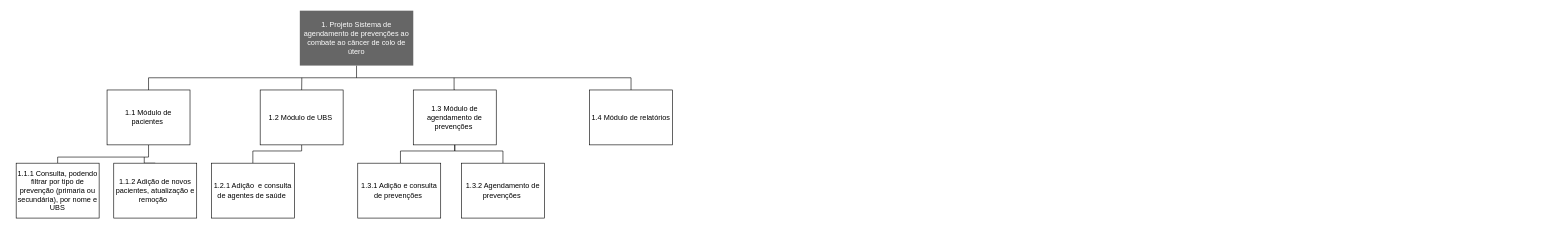
The draw.io diagram siscan-gestao-proj.drawio in viniciusbds/draw-io, before the edit. Source tidied: cells renumbered, new cells numbered last; positions are measured from the earlier drawing's top-left corner, leaving out a move shared by most shapes. Both pictures are drawn from the tidied source at 61%, with x=0, y=0 at pixel (16, 10).
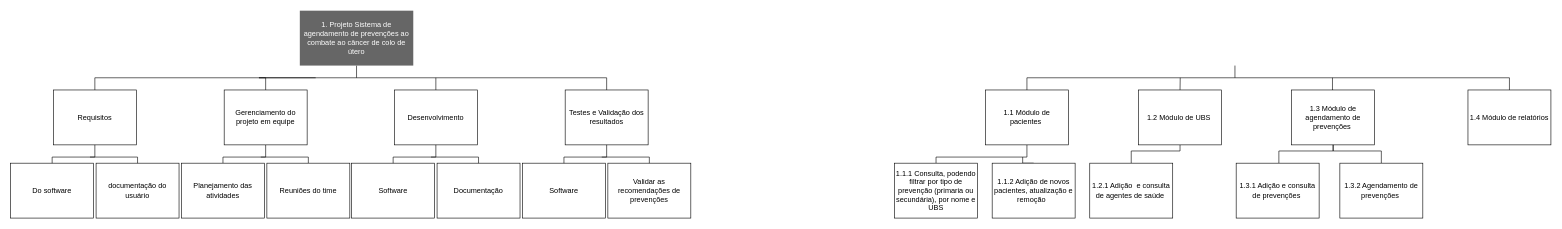
The same diagram, later.

Diff of the diagram source:
```diff
@@
     <mxCell id="4" style="edgeStyle=orthogonalEdgeStyle;rounded=0;jettySize=auto;html=1;exitX=0.5;exitY=1;exitDx=0;exitDy=0;entryX=0.5;entryY=0;entryDx=0;entryDy=0;endArrow=none;endFill=0;" parent="1" edge="1" source="5" target="14">
       <mxGeometry relative="1" as="geometry">
         <Array as="points">
-          <mxPoint x="217" y="240" />
-          <mxPoint x="68" y="240" />
+          <mxPoint x="409" y="240" />
+          <mxPoint x="339" y="240" />
         </Array>
       </mxGeometry>
     </mxCell>
-    <mxCell id="5" value="1.1 Módulo de pacientes&amp;nbsp;" style="rounded=0;whiteSpace=wrap;html=1;" parent="1" vertex="1">
-      <mxGeometry x="149" y="130" width="136" height="90" as="geometry" />
+    <mxCell id="5" value="Gerenciamento do projeto em equipe" style="rounded=0;whiteSpace=wrap;html=1;" parent="1" vertex="1">
+      <mxGeometry x="341" y="130" width="136" height="90" as="geometry" />
     </mxCell>
-    <mxCell id="6" style="edgeStyle=orthogonalEdgeStyle;rounded=0;jettySize=auto;html=1;exitX=0.5;exitY=0;exitDx=0;exitDy=0;entryX=0.5;entryY=1;entryDx=0;entryDy=0;endArrow=none;endFill=0;" parent="1" edge="1" source="7" target="9">
-      <mxGeometry relative="1" as="geometry" />
-    </mxCell>
-    <mxCell id="7" value="1.2.1 Adição&amp;nbsp; e consulta de agentes de saúde&amp;nbsp;" style="rounded=0;whiteSpace=wrap;html=1;" parent="1" vertex="1">
-      <mxGeometry x="320" y="250" width="136" height="90" as="geometry" />
+    <mxCell id="7" value="Do software" style="rounded=0;whiteSpace=wrap;html=1;" parent="1" vertex="1">
+      <mxGeometry x="-9" y="250" width="136" height="90" as="geometry" />
     </mxCell>
     <mxCell id="8" style="edgeStyle=orthogonalEdgeStyle;rounded=0;jettySize=auto;html=1;exitX=0.5;exitY=0;exitDx=0;exitDy=0;endArrow=none;endFill=0;" parent="1" edge="1" source="9">
       <mxGeometry relative="1" as="geometry">
-        <mxPoint x="468.3" y="110" as="targetPoint" />
+        <mxPoint x="491" y="110" as="targetPoint" />
+        <Array as="points">
+          <mxPoint x="129" y="110" />
+        </Array>
       </mxGeometry>
     </mxCell>
-    <mxCell id="9" value="1.2 Módulo de UBS&amp;nbsp;" style="rounded=0;whiteSpace=wrap;html=1;" parent="1" vertex="1">
-      <mxGeometry x="400" y="130" width="136" height="90" as="geometry" />
+    <mxCell id="9" value="Requisitos" style="rounded=0;whiteSpace=wrap;html=1;" parent="1" vertex="1">
+      <mxGeometry x="61" y="130" width="136" height="90" as="geometry" />
     </mxCell>
     <mxCell id="10" style="edgeStyle=orthogonalEdgeStyle;rounded=0;jettySize=auto;html=1;exitX=0.5;exitY=0;exitDx=0;exitDy=0;endArrow=none;endFill=0;" parent="1" edge="1" source="11">
       <mxGeometry relative="1" as="geometry">
-        <mxPoint x="717.9" y="110" as="targetPoint" />
+        <mxPoint x="688" y="110" as="targetPoint" />
+        <Array as="points">
+          <mxPoint x="688" y="110" />
+        </Array>
       </mxGeometry>
     </mxCell>
-    <mxCell id="11" value="1.3 Módulo de agendamento de prevenções&amp;nbsp;" style="rounded=0;whiteSpace=wrap;html=1;" parent="1" vertex="1">
-      <mxGeometry x="651" y="130" width="136" height="90" as="geometry" />
+    <mxCell id="11" value="Desenvolvimento" style="rounded=0;whiteSpace=wrap;html=1;" parent="1" vertex="1">
+      <mxGeometry x="620" y="130" width="136" height="90" as="geometry" />
     </mxCell>
-    <mxCell id="12" value="1.4 Módulo de relatórios" style="rounded=0;whiteSpace=wrap;html=1;" parent="1" vertex="1">
-      <mxGeometry x="940" y="130" width="136" height="90" as="geometry" />
+    <mxCell id="12" value="Testes e Validação dos resultados" style="rounded=0;whiteSpace=wrap;html=1;" parent="1" vertex="1">
+      <mxGeometry x="900" y="130" width="136" height="90" as="geometry" />
     </mxCell>
     <mxCell id="13" style="edgeStyle=orthogonalEdgeStyle;rounded=0;jettySize=auto;html=1;endArrow=none;endFill=0;exitX=0.5;exitY=0;exitDx=0;exitDy=0;entryX=0.5;entryY=0;entryDx=0;entryDy=0;" parent="1" edge="1" source="5" target="12">
       <mxGeometry relative="1" as="geometry">
         <Array as="points">
-          <mxPoint x="217" y="110" />
+          <mxPoint x="398" y="110" />
           <mxPoint x="1008" y="110" />
         </Array>
       </mxGeometry>
     </mxCell>
-    <mxCell id="14" value="1.1.1 Consulta, podendo filtrar por tipo de prevenção (primaria ou secundária), por nome e UBS" style="rounded=0;whiteSpace=wrap;html=1;" parent="1" vertex="1">
-      <mxGeometry y="250" width="136" height="90" as="geometry" />
+    <mxCell id="14" value="Planejamento das atividades" style="rounded=0;whiteSpace=wrap;html=1;" parent="1" vertex="1">
+      <mxGeometry x="271" y="250" width="136" height="90" as="geometry" />
     </mxCell>
     <mxCell id="15" style="edgeStyle=orthogonalEdgeStyle;rounded=0;jettySize=auto;html=1;exitX=0.5;exitY=0;exitDx=0;exitDy=0;endArrow=none;endFill=0;" parent="1" edge="1" source="16">
       <mxGeometry relative="1" as="geometry">
-        <mxPoint x="210" y="240" as="targetPoint" />
+        <mxPoint x="401" y="240" as="targetPoint" />
+        <Array as="points">
+          <mxPoint x="479" y="240" />
+        </Array>
       </mxGeometry>
     </mxCell>
-    <mxCell id="16" value="1.1.2 Adição de novos pacientes, atualização e remoção&amp;nbsp;&amp;nbsp;" style="rounded=0;whiteSpace=wrap;html=1;" parent="1" vertex="1">
-      <mxGeometry x="160" y="250" width="136" height="90" as="geometry" />
+    <mxCell id="16" value="Reuniões do time" style="rounded=0;whiteSpace=wrap;html=1;" parent="1" vertex="1">
+      <mxGeometry x="411" y="250" width="136" height="90" as="geometry" />
     </mxCell>
-    <mxCell id="17" style="edgeStyle=orthogonalEdgeStyle;rounded=0;jettySize=auto;html=1;entryX=0.5;entryY=1;entryDx=0;entryDy=0;endArrow=none;endFill=0;" parent="1" edge="1" source="18" target="11">
-      <mxGeometry relative="1" as="geometry">
-        <Array as="points">
-          <mxPoint x="630" y="230" />
-          <mxPoint x="719" y="230" />
-        </Array>
-      </mxGeometry>
-    </mxCell>
-    <mxCell id="18" value="1.3.1 Adição e consulta de prevenções&amp;nbsp;" style="rounded=0;whiteSpace=wrap;html=1;" parent="1" vertex="1">
-      <mxGeometry x="560" y="250" width="136" height="90" as="geometry" />
+    <mxCell id="18" value="Software" style="rounded=0;whiteSpace=wrap;html=1;" parent="1" vertex="1">
+      <mxGeometry x="550" y="250" width="136" height="90" as="geometry" />
     </mxCell>
-    <mxCell id="19" style="edgeStyle=orthogonalEdgeStyle;rounded=0;jettySize=auto;html=1;exitX=0.5;exitY=0;exitDx=0;exitDy=0;entryX=0.5;entryY=1;entryDx=0;entryDy=0;endArrow=none;endFill=0;" parent="1" edge="1" source="20" target="11">
-      <mxGeometry relative="1" as="geometry" />
-    </mxCell>
-    <mxCell id="20" value="1.3.2 Agendamento de prevenções&amp;nbsp;" style="rounded=0;whiteSpace=wrap;html=1;" parent="1" vertex="1">
-      <mxGeometry x="730" y="250" width="136" height="90" as="geometry" />
+    <mxCell id="20" value="Documentação" style="rounded=0;whiteSpace=wrap;html=1;" parent="1" vertex="1">
+      <mxGeometry x="690" y="250" width="136" height="90" as="geometry" />
     </mxCell>
+    <mxCell id="21" style="edgeStyle=orthogonalEdgeStyle;rounded=0;orthogonalLoop=1;jettySize=auto;html=1;exitX=0.5;exitY=1;exitDx=0;exitDy=0;endArrow=none;endFill=0;" parent="1" edge="1">
+      <mxGeometry relative="1" as="geometry">
+        <mxPoint x="1998" y="90" as="sourcePoint" />
+        <mxPoint x="1998" y="110" as="targetPoint" />
+      </mxGeometry>
+    </mxCell>
+    <mxCell id="22" style="edgeStyle=orthogonalEdgeStyle;rounded=0;jettySize=auto;html=1;exitX=0.5;exitY=1;exitDx=0;exitDy=0;entryX=0.5;entryY=0;entryDx=0;entryDy=0;endArrow=none;endFill=0;" parent="1" edge="1" source="23" target="32">
+      <mxGeometry relative="1" as="geometry">
+        <Array as="points">
+          <mxPoint x="1657" y="240" />
+          <mxPoint x="1508" y="240" />
+        </Array>
+      </mxGeometry>
+    </mxCell>
+    <mxCell id="23" value="1.1 Módulo de pacientes&amp;nbsp;" style="rounded=0;whiteSpace=wrap;html=1;" parent="1" vertex="1">
+      <mxGeometry x="1589" y="130" width="136" height="90" as="geometry" />
+    </mxCell>
+    <mxCell id="24" style="edgeStyle=orthogonalEdgeStyle;rounded=0;jettySize=auto;html=1;exitX=0.5;exitY=0;exitDx=0;exitDy=0;entryX=0.5;entryY=1;entryDx=0;entryDy=0;endArrow=none;endFill=0;" parent="1" edge="1" source="25" target="27">
+      <mxGeometry relative="1" as="geometry" />
+    </mxCell>
+    <mxCell id="25" value="1.2.1 Adição&amp;nbsp; e consulta de agentes de saúde&amp;nbsp;" style="rounded=0;whiteSpace=wrap;html=1;" parent="1" vertex="1">
+      <mxGeometry x="1760" y="250" width="136" height="90" as="geometry" />
+    </mxCell>
+    <mxCell id="26" style="edgeStyle=orthogonalEdgeStyle;rounded=0;jettySize=auto;html=1;exitX=0.5;exitY=0;exitDx=0;exitDy=0;endArrow=none;endFill=0;" parent="1" edge="1" source="27">
+      <mxGeometry relative="1" as="geometry">
+        <mxPoint x="1908.3" y="110" as="targetPoint" />
+      </mxGeometry>
+    </mxCell>
+    <mxCell id="27" value="1.2 Módulo de UBS&amp;nbsp;" style="rounded=0;whiteSpace=wrap;html=1;" parent="1" vertex="1">
+      <mxGeometry x="1840" y="130" width="136" height="90" as="geometry" />
+    </mxCell>
+    <mxCell id="28" style="edgeStyle=orthogonalEdgeStyle;rounded=0;jettySize=auto;html=1;exitX=0.5;exitY=0;exitDx=0;exitDy=0;endArrow=none;endFill=0;" parent="1" edge="1" source="29">
+      <mxGeometry relative="1" as="geometry">
+        <mxPoint x="2157.9" y="110" as="targetPoint" />
+      </mxGeometry>
+    </mxCell>
+    <mxCell id="29" value="1.3 Módulo de agendamento de prevenções&amp;nbsp;" style="rounded=0;whiteSpace=wrap;html=1;" parent="1" vertex="1">
+      <mxGeometry x="2091" y="130" width="136" height="90" as="geometry" />
+    </mxCell>
+    <mxCell id="30" value="1.4 Módulo de relatórios" style="rounded=0;whiteSpace=wrap;html=1;" parent="1" vertex="1">
+      <mxGeometry x="2380" y="130" width="136" height="90" as="geometry" />
+    </mxCell>
+    <mxCell id="31" style="edgeStyle=orthogonalEdgeStyle;rounded=0;jettySize=auto;html=1;endArrow=none;endFill=0;exitX=0.5;exitY=0;exitDx=0;exitDy=0;entryX=0.5;entryY=0;entryDx=0;entryDy=0;" parent="1" edge="1" source="23" target="30">
+      <mxGeometry relative="1" as="geometry">
+        <Array as="points">
+          <mxPoint x="1657" y="110" />
+          <mxPoint x="2448" y="110" />
+        </Array>
+      </mxGeometry>
+    </mxCell>
+    <mxCell id="32" value="1.1.1 Consulta, podendo filtrar por tipo de prevenção (primaria ou secundária), por nome e UBS" style="rounded=0;whiteSpace=wrap;html=1;" parent="1" vertex="1">
+      <mxGeometry x="1440" y="250" width="136" height="90" as="geometry" />
+    </mxCell>
+    <mxCell id="33" style="edgeStyle=orthogonalEdgeStyle;rounded=0;jettySize=auto;html=1;exitX=0.5;exitY=0;exitDx=0;exitDy=0;endArrow=none;endFill=0;" parent="1" edge="1" source="34">
+      <mxGeometry relative="1" as="geometry">
+        <mxPoint x="1650" y="240" as="targetPoint" />
+      </mxGeometry>
+    </mxCell>
+    <mxCell id="34" value="1.1.2 Adição de novos pacientes, atualização e remoção&amp;nbsp;&amp;nbsp;" style="rounded=0;whiteSpace=wrap;html=1;" parent="1" vertex="1">
+      <mxGeometry x="1600" y="250" width="136" height="90" as="geometry" />
+    </mxCell>
+    <mxCell id="35" style="edgeStyle=orthogonalEdgeStyle;rounded=0;jettySize=auto;html=1;entryX=0.5;entryY=1;entryDx=0;entryDy=0;endArrow=none;endFill=0;" parent="1" edge="1" source="36" target="29">
+      <mxGeometry relative="1" as="geometry">
+        <Array as="points">
+          <mxPoint x="2070" y="230" />
+          <mxPoint x="2159" y="230" />
+        </Array>
+      </mxGeometry>
+    </mxCell>
+    <mxCell id="36" value="1.3.1 Adição e consulta de prevenções&amp;nbsp;" style="rounded=0;whiteSpace=wrap;html=1;" parent="1" vertex="1">
+      <mxGeometry x="2000" y="250" width="136" height="90" as="geometry" />
+    </mxCell>
+    <mxCell id="37" style="edgeStyle=orthogonalEdgeStyle;rounded=0;jettySize=auto;html=1;exitX=0.5;exitY=0;exitDx=0;exitDy=0;entryX=0.5;entryY=1;entryDx=0;entryDy=0;endArrow=none;endFill=0;" parent="1" edge="1" source="38" target="29">
+      <mxGeometry relative="1" as="geometry" />
+    </mxCell>
+    <mxCell id="38" value="1.3.2 Agendamento de prevenções&amp;nbsp;" style="rounded=0;whiteSpace=wrap;html=1;" parent="1" vertex="1">
+      <mxGeometry x="2170" y="250" width="136" height="90" as="geometry" />
+    </mxCell>
+    <mxCell id="39" value="documentação do usuário" style="rounded=0;whiteSpace=wrap;html=1;" parent="1" vertex="1">
+      <mxGeometry x="131" y="250" width="136" height="90" as="geometry" />
+    </mxCell>
+    <mxCell id="40" style="edgeStyle=orthogonalEdgeStyle;rounded=0;orthogonalLoop=1;jettySize=auto;html=1;exitX=0.5;exitY=1;exitDx=0;exitDy=0;entryX=0.5;entryY=0;entryDx=0;entryDy=0;endArrow=none;endFill=0;" parent="1" edge="1">
+      <mxGeometry relative="1" as="geometry">
+        <mxPoint x="129" y="220" as="sourcePoint" />
+        <mxPoint x="59" y="250" as="targetPoint" />
+        <Array as="points">
+          <mxPoint x="129" y="240" />
+          <mxPoint x="59" y="240" />
+        </Array>
+      </mxGeometry>
+    </mxCell>
+    <mxCell id="41" style="edgeStyle=orthogonalEdgeStyle;rounded=0;orthogonalLoop=1;jettySize=auto;html=1;exitX=0.5;exitY=0;exitDx=0;exitDy=0;endArrow=none;endFill=0;" parent="1" edge="1">
+      <mxGeometry relative="1" as="geometry">
+        <mxPoint x="199" y="250" as="sourcePoint" />
+        <mxPoint x="121" y="240" as="targetPoint" />
+        <Array as="points">
+          <mxPoint x="199" y="240" />
+        </Array>
+      </mxGeometry>
+    </mxCell>
+    <mxCell id="42" style="edgeStyle=orthogonalEdgeStyle;rounded=0;orthogonalLoop=1;jettySize=auto;html=1;exitX=0.5;exitY=1;exitDx=0;exitDy=0;entryX=0.5;entryY=0;entryDx=0;entryDy=0;endArrow=none;endFill=0;" parent="1" edge="1">
+      <mxGeometry relative="1" as="geometry">
+        <mxPoint x="688" y="220" as="sourcePoint" />
+        <mxPoint x="618" y="250" as="targetPoint" />
+        <Array as="points">
+          <mxPoint x="688" y="240" />
+          <mxPoint x="618" y="240" />
+        </Array>
+      </mxGeometry>
+    </mxCell>
+    <mxCell id="43" style="edgeStyle=orthogonalEdgeStyle;rounded=0;orthogonalLoop=1;jettySize=auto;html=1;exitX=0.5;exitY=0;exitDx=0;exitDy=0;endArrow=none;endFill=0;" parent="1" edge="1">
+      <mxGeometry relative="1" as="geometry">
+        <mxPoint x="758" y="250" as="sourcePoint" />
+        <mxPoint x="680" y="240" as="targetPoint" />
+        <Array as="points">
+          <mxPoint x="758" y="240" />
+        </Array>
+      </mxGeometry>
+    </mxCell>
+    <mxCell id="44" value="Software" style="rounded=0;whiteSpace=wrap;html=1;" parent="1" vertex="1">
+      <mxGeometry x="830" y="250" width="136" height="90" as="geometry" />
+    </mxCell>
+    <mxCell id="45" value="Validar as recomendações de prevenções" style="rounded=0;whiteSpace=wrap;html=1;" parent="1" vertex="1">
+      <mxGeometry x="970" y="250" width="136" height="90" as="geometry" />
+    </mxCell>
+    <mxCell id="46" style="edgeStyle=orthogonalEdgeStyle;rounded=0;orthogonalLoop=1;jettySize=auto;html=1;exitX=0.5;exitY=1;exitDx=0;exitDy=0;entryX=0.5;entryY=0;entryDx=0;entryDy=0;endArrow=none;endFill=0;" parent="1" edge="1">
+      <mxGeometry relative="1" as="geometry">
+        <mxPoint x="968" y="220" as="sourcePoint" />
+        <mxPoint x="898" y="250" as="targetPoint" />
+        <Array as="points">
+          <mxPoint x="968" y="240" />
+          <mxPoint x="898" y="240" />
+        </Array>
+      </mxGeometry>
+    </mxCell>
+    <mxCell id="47" style="edgeStyle=orthogonalEdgeStyle;rounded=0;orthogonalLoop=1;jettySize=auto;html=1;exitX=0.5;exitY=0;exitDx=0;exitDy=0;endArrow=none;endFill=0;" parent="1" edge="1">
+      <mxGeometry relative="1" as="geometry">
+        <mxPoint x="1038" y="250" as="sourcePoint" />
+        <mxPoint x="960" y="240" as="targetPoint" />
+        <Array as="points">
+          <mxPoint x="1038" y="240" />
+        </Array>
+      </mxGeometry>
+    </mxCell>
```
